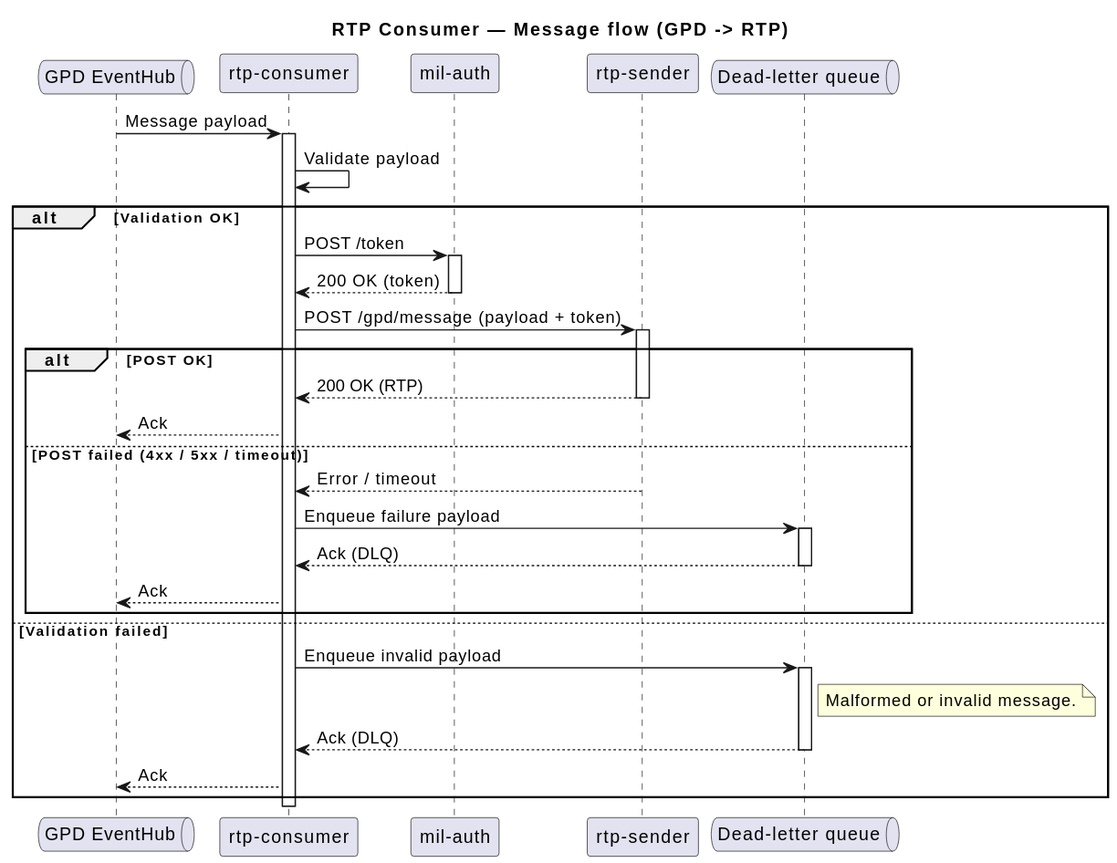
This is diagrams/rtp-consumer-flow.svg from pagopa/rtp-docs, a PlantUML export, as it was before one commit.
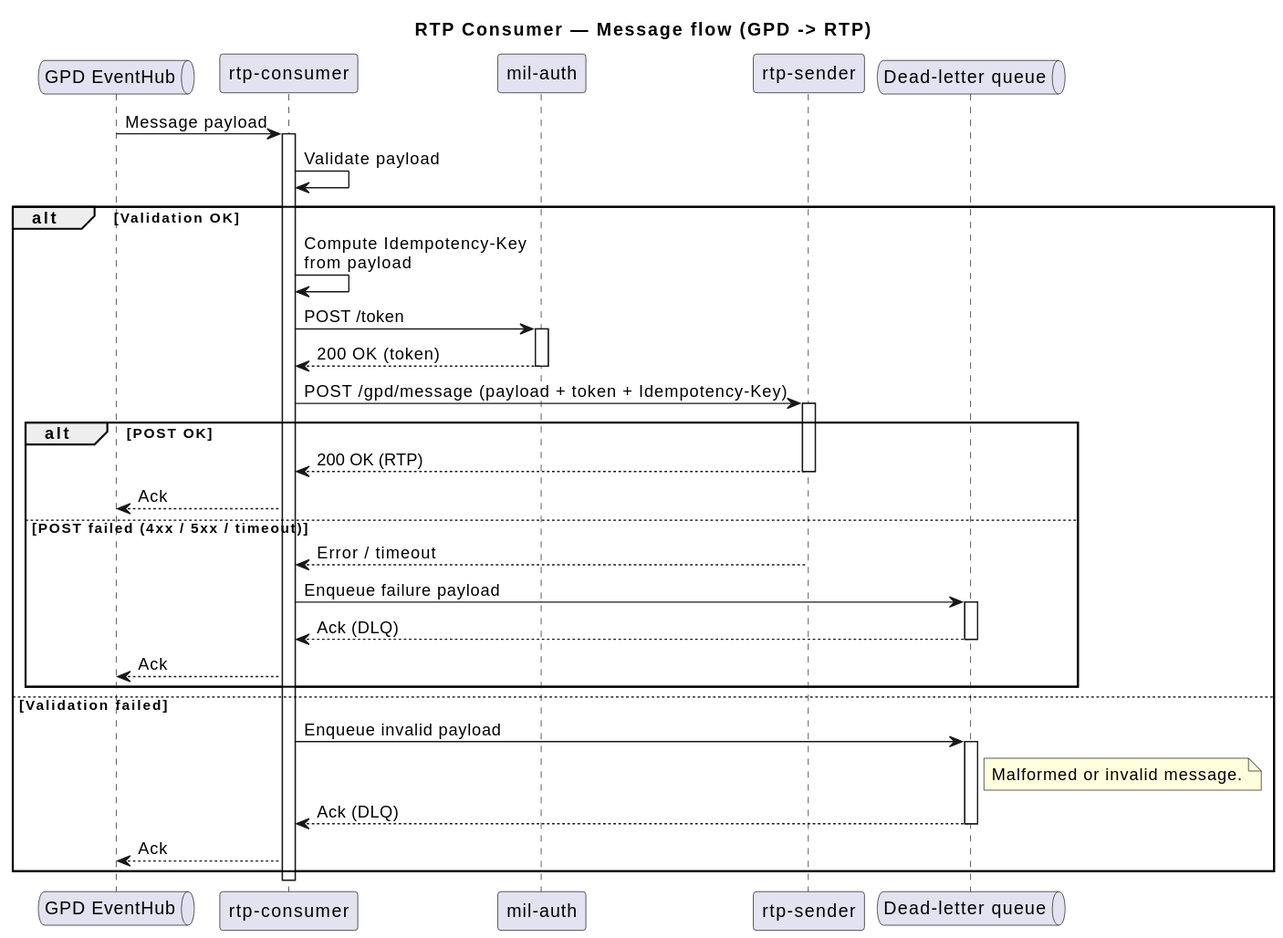
After the commit.

Commit message:
feat: [SRTP-1566] Introduce idempotency handling for GDP message processing (#39)

Change to the diagram source:
```diff
@@ -13,12 +13,15 @@
 C -> C : Validate payload
 
 alt Validation OK
+
+  C -> C : Compute Idempotency-Key\nfrom payload
+
   C -> MA : POST /token
   activate MA
   MA --> C : 200 OK (token)
   deactivate MA
 
-  C -> S : POST /gpd/message (payload + token)
+  C -> S : POST /gpd/message (payload + token + Idempotency-Key)
   activate S
 
   alt POST OK
```
